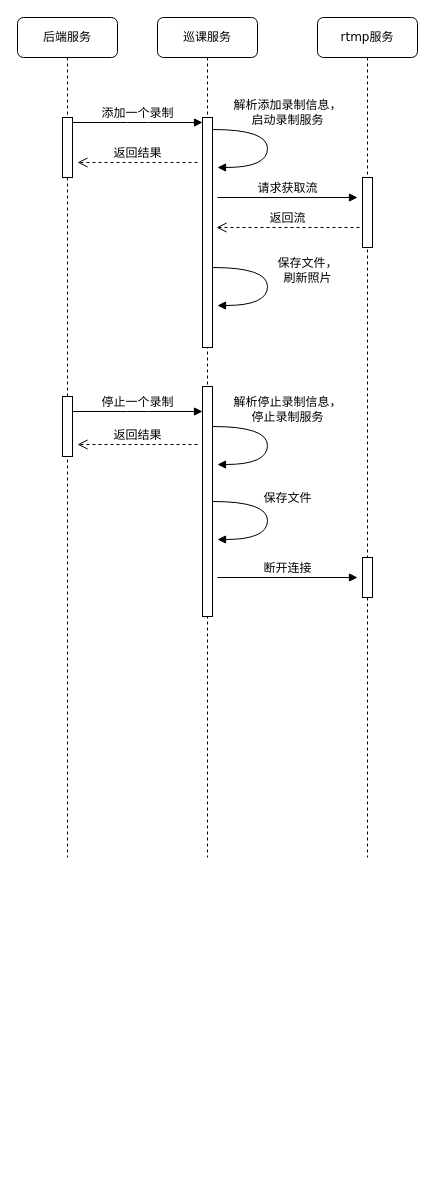
Earlier version of the draw.io diagram 录制信息更新操作.drawio (huangPeiLc/drawio). Source tidied: cells renumbered, new cells numbered last; positions are measured from the earlier drawing's top-left corner, leaving out a move shared by most shapes. Both pictures are drawn from the tidied source at 100%, with x=0, y=0 at pixel (17, 17).
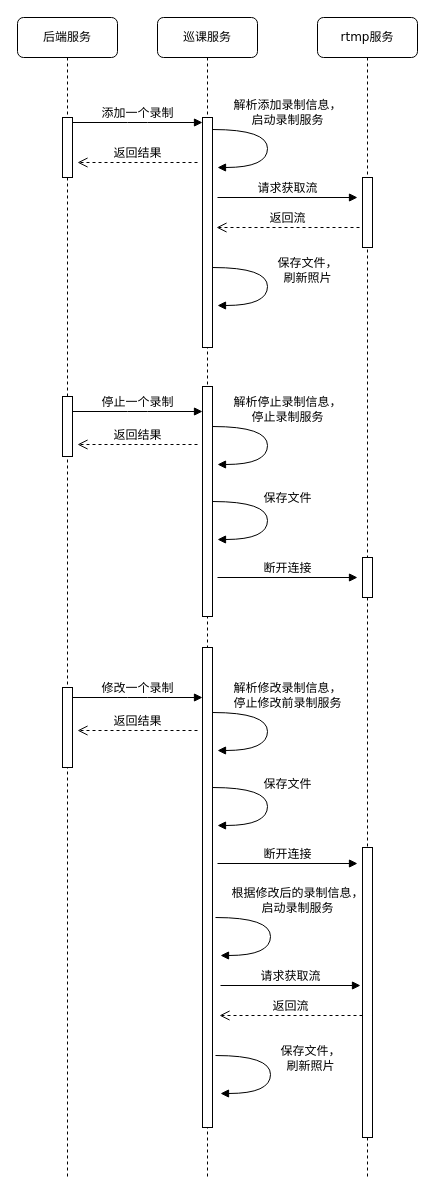
The same page after the edit.

Commit message:
Update 录制信息更新操作.drawio

What changed in the source:
```diff
@@
     <mxCell id="2" value="巡课服务" style="shape=umlLifeline;perimeter=lifelinePerimeter;whiteSpace=wrap;html=1;rounded=1;shadow=0;comic=0;labelBackgroundColor=none;strokeColor=#000000;strokeWidth=1;fillColor=#FFFFFF;fontFamily=Verdana;fontSize=12;fontColor=#000000;align=center;" parent="1" vertex="1">
-      <mxGeometry x="140" width="100" height="840" as="geometry" />
+      <mxGeometry x="140" width="100" height="1160" as="geometry" />
     </mxCell>
@@
+    <mxCell id="22" style="html=1;perimeter=orthogonalPerimeter;" parent="2" vertex="1">
+      <mxGeometry x="45" y="630" width="10" height="480" as="geometry" />
+    </mxCell>
     <mxCell id="5" value="rtmp服务" style="shape=umlLifeline;perimeter=lifelinePerimeter;whiteSpace=wrap;html=1;rounded=1;shadow=0;comic=0;labelBackgroundColor=none;strokeColor=#000000;strokeWidth=1;fillColor=#FFFFFF;fontFamily=Verdana;fontSize=12;fontColor=#000000;align=center;" parent="1" vertex="1">
-      <mxGeometry x="300" width="100" height="840" as="geometry" />
+      <mxGeometry x="300" width="100" height="1160" as="geometry" />
     </mxCell>
@@
+    <mxCell id="23" style="html=1;perimeter=orthogonalPerimeter;rounded=0;shadow=0;comic=0;labelBackgroundColor=none;strokeColor=#000000;strokeWidth=1;fillColor=#FFFFFF;fontFamily=Verdana;fontSize=12;fontColor=#000000;align=center;" parent="5" vertex="1">
+      <mxGeometry x="45" y="830" width="10" height="290" as="geometry" />
+    </mxCell>
     <mxCell id="8" value="后端服务" style="shape=umlLifeline;perimeter=lifelinePerimeter;whiteSpace=wrap;html=1;rounded=1;shadow=0;comic=0;labelBackgroundColor=none;strokeColor=#000000;strokeWidth=1;fillColor=#FFFFFF;fontFamily=Verdana;fontSize=12;fontColor=#000000;align=center;" parent="1" vertex="1">
-      <mxGeometry width="100" height="840" as="geometry" />
+      <mxGeometry width="100" height="1160" as="geometry" />
     </mxCell>
@@
+    <mxCell id="24" style="html=1;perimeter=orthogonalPerimeter;" parent="8" vertex="1">
+      <mxGeometry x="45" y="670" width="10" height="80" as="geometry" />
+    </mxCell>
@@
+    <mxCell id="25" value="修改一个录制" style="html=1;verticalAlign=bottom;endArrow=block;entryX=0;entryY=0;labelBackgroundColor=none;fontFamily=Verdana;fontSize=12;edgeStyle=elbowEdgeStyle;elbow=vertical;" parent="1" edge="1">
+      <mxGeometry relative="1" as="geometry">
+        <mxPoint x="55" y="680" as="sourcePoint" />
+        <mxPoint x="185" y="680" as="targetPoint" />
+      </mxGeometry>
+    </mxCell>
+    <mxCell id="26" value="返回结果" style="html=1;verticalAlign=bottom;endArrow=open;dashed=1;endSize=8;labelBackgroundColor=none;fontFamily=Verdana;fontSize=12;" parent="1" edge="1">
+      <mxGeometry relative="1" as="geometry">
+        <mxPoint x="180" y="713" as="sourcePoint" />
+        <mxPoint x="60" y="713" as="targetPoint" />
+      </mxGeometry>
+    </mxCell>
+    <mxCell id="27" value="&lt;div&gt;解析修改录制信息，&lt;/div&gt;&lt;div&gt;停止修改前录制服务&lt;br&gt;&lt;/div&gt;" style="html=1;verticalAlign=bottom;endArrow=block;labelBackgroundColor=none;fontFamily=Verdana;fontSize=12;elbow=vertical;edgeStyle=orthogonalEdgeStyle;curved=1;entryX=1;entryY=0.286;entryPerimeter=0;exitX=1.038;exitY=0.345;exitPerimeter=0;" parent="1" edge="1">
+      <mxGeometry x="-0.23" y="20" relative="1" as="geometry">
+        <mxPoint x="195" y="695" as="sourcePoint" />
+        <mxPoint x="200" y="733" as="targetPoint" />
+        <Array as="points">
+          <mxPoint x="250" y="695" />
+          <mxPoint x="250" y="733" />
+        </Array>
+      </mxGeometry>
+    </mxCell>
+    <mxCell id="28" value="&lt;div&gt;保存文件&lt;/div&gt;" style="html=1;verticalAlign=bottom;endArrow=block;labelBackgroundColor=none;fontFamily=Verdana;fontSize=12;elbow=vertical;edgeStyle=orthogonalEdgeStyle;curved=1;entryX=1;entryY=0.286;entryPerimeter=0;exitX=1.038;exitY=0.345;exitPerimeter=0;" parent="1" edge="1">
+      <mxGeometry x="-0.23" y="-21" relative="1" as="geometry">
+        <mxPoint x="195" y="770" as="sourcePoint" />
+        <mxPoint x="200" y="808" as="targetPoint" />
+        <Array as="points">
+          <mxPoint x="250" y="770" />
+          <mxPoint x="250" y="808" />
+        </Array>
+        <mxPoint x="41" y="6" as="offset" />
+      </mxGeometry>
+    </mxCell>
+    <mxCell id="29" value="断开连接" style="html=1;verticalAlign=bottom;endArrow=block;labelBackgroundColor=none;fontFamily=Verdana;fontSize=12;" parent="1" edge="1">
+      <mxGeometry relative="1" as="geometry">
+        <mxPoint x="200" y="846" as="sourcePoint" />
+        <mxPoint x="340" y="846" as="targetPoint" />
+      </mxGeometry>
+    </mxCell>
+    <mxCell id="30" value="&lt;div&gt;根据修改后的录制信息，&lt;/div&gt;&lt;div&gt;启动录制服务&lt;br&gt;&lt;/div&gt;" style="html=1;verticalAlign=bottom;endArrow=block;labelBackgroundColor=none;fontFamily=Verdana;fontSize=12;elbow=vertical;edgeStyle=orthogonalEdgeStyle;curved=1;entryX=1;entryY=0.286;entryPerimeter=0;exitX=1.038;exitY=0.345;exitPerimeter=0;" parent="1" edge="1">
+      <mxGeometry x="-0.23" y="27" relative="1" as="geometry">
+        <mxPoint x="198" y="900" as="sourcePoint" />
+        <mxPoint x="203" y="938" as="targetPoint" />
+        <Array as="points">
+          <mxPoint x="253" y="900" />
+          <mxPoint x="253" y="938" />
+        </Array>
+      </mxGeometry>
+    </mxCell>
+    <mxCell id="31" value="请求获取流" style="html=1;verticalAlign=bottom;endArrow=block;labelBackgroundColor=none;fontFamily=Verdana;fontSize=12;" parent="1" edge="1">
+      <mxGeometry relative="1" as="geometry">
+        <mxPoint x="203" y="968" as="sourcePoint" />
+        <mxPoint x="343" y="968" as="targetPoint" />
+      </mxGeometry>
+    </mxCell>
+    <mxCell id="32" value="返回流" style="html=1;verticalAlign=bottom;endArrow=open;dashed=1;endSize=8;labelBackgroundColor=none;fontFamily=Verdana;fontSize=12;" parent="1" edge="1">
+      <mxGeometry relative="1" as="geometry">
+        <mxPoint x="345" y="998" as="sourcePoint" />
+        <mxPoint x="202" y="998" as="targetPoint" />
+      </mxGeometry>
+    </mxCell>
+    <mxCell id="33" value="&lt;div&gt;保存文件，&lt;/div&gt;&lt;div&gt;刷新照片&lt;/div&gt;" style="html=1;verticalAlign=bottom;endArrow=block;labelBackgroundColor=none;fontFamily=Verdana;fontSize=12;elbow=vertical;edgeStyle=orthogonalEdgeStyle;curved=1;entryX=1;entryY=0.286;entryPerimeter=0;exitX=1.038;exitY=0.345;exitPerimeter=0;" parent="1" edge="1">
+      <mxGeometry x="0.3" y="-44" relative="1" as="geometry">
+        <mxPoint x="198" y="1038" as="sourcePoint" />
+        <mxPoint x="203" y="1076" as="targetPoint" />
+        <Array as="points">
+          <mxPoint x="253" y="1038" />
+          <mxPoint x="253" y="1076" />
+        </Array>
+        <mxPoint x="40" y="26" as="offset" />
+      </mxGeometry>
+    </mxCell>
```
